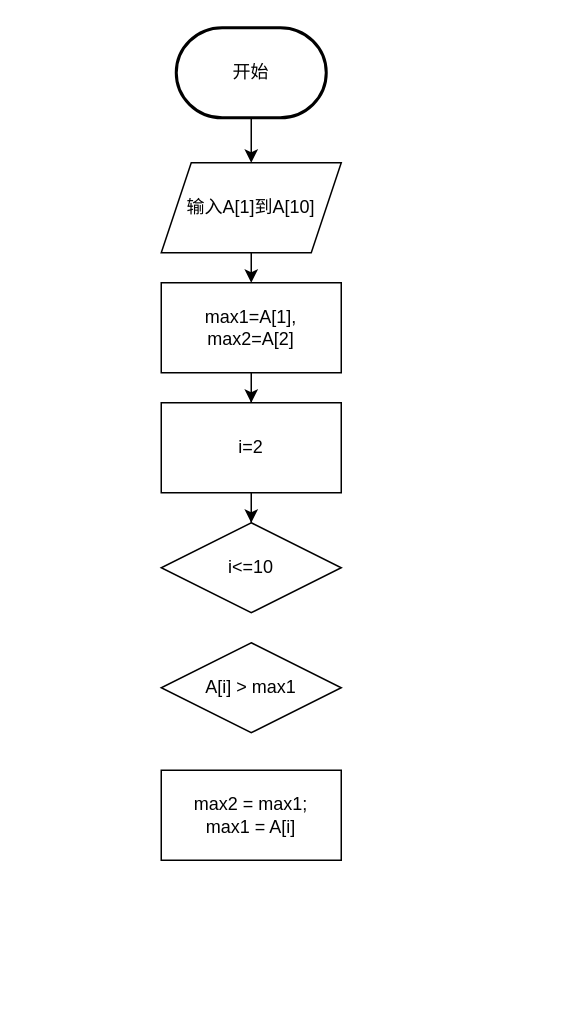
Earlier version of the draw.io diagram Test3.drawio (yxy235/SE). Source tidied: cells renumbered, new cells numbered last; positions are measured from the earlier drawing's top-left corner, leaving out a move shared by most shapes. Both pictures are drawn from the tidied source at 150%, with x=0, y=0 at pixel (160, 27).
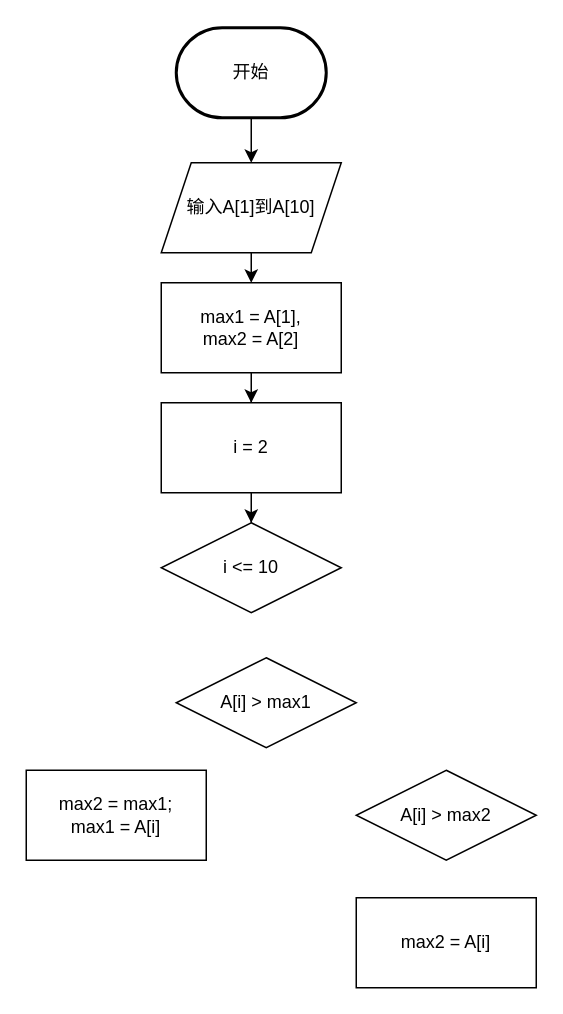
The same diagram, later.

The edit, as a diff of the source:
```diff
@@
 <mxGraphModel>
   <root>
     <mxCell id="0" />
     <mxCell id="1" parent="0" />
     <mxCell id="2" style="edgeStyle=orthogonalEdgeStyle;rounded=0;jettySize=auto;html=1;exitX=0.5;exitY=1;exitDx=0;exitDy=0;exitPerimeter=0;entryX=0.5;entryY=0;entryDx=0;entryDy=0;" parent="1" edge="1" source="3" target="5">
       <mxGeometry relative="1" as="geometry" />
     </mxCell>
     <mxCell id="3" value="开始" style="strokeWidth=2;html=1;shape=mxgraph.flowchart.terminator;whiteSpace=wrap;" parent="1" vertex="1">
       <mxGeometry x="10" width="100" height="60" as="geometry" />
     </mxCell>
     <mxCell id="4" style="edgeStyle=orthogonalEdgeStyle;rounded=0;jettySize=auto;html=1;exitX=0.5;exitY=1;exitDx=0;exitDy=0;entryX=0.5;entryY=0;entryDx=0;entryDy=0;" parent="1" edge="1" source="5" target="7">
       <mxGeometry relative="1" as="geometry" />
     </mxCell>
     <mxCell id="5" value="输入A[1]到A[10]" style="shape=parallelogram;perimeter=parallelogramPerimeter;whiteSpace=wrap;html=1;fixedSize=1;" parent="1" vertex="1">
       <mxGeometry y="90" width="120" height="60" as="geometry" />
     </mxCell>
     <mxCell id="6" style="edgeStyle=orthogonalEdgeStyle;rounded=0;jettySize=auto;html=1;exitX=0.5;exitY=1;exitDx=0;exitDy=0;" parent="1" edge="1" source="7" target="9">
       <mxGeometry relative="1" as="geometry" />
     </mxCell>
-    <mxCell id="7" value="max1=A[1], max2=A[2]" style="rounded=0;whiteSpace=wrap;html=1;" parent="1" vertex="1">
+    <mxCell id="7" value="&lt;div&gt;max1 = A[1], &lt;br&gt;&lt;/div&gt;&lt;div&gt;max2 = A[2]&lt;/div&gt;" style="rounded=0;whiteSpace=wrap;html=1;" parent="1" vertex="1">
       <mxGeometry y="170" width="120" height="60" as="geometry" />
     </mxCell>
     <mxCell id="8" style="edgeStyle=orthogonalEdgeStyle;rounded=0;jettySize=auto;html=1;exitX=0.5;exitY=1;exitDx=0;exitDy=0;" parent="1" edge="1" source="9" target="10">
       <mxGeometry relative="1" as="geometry" />
     </mxCell>
-    <mxCell id="9" value="i=2" style="rounded=0;whiteSpace=wrap;html=1;" parent="1" vertex="1">
+    <mxCell id="9" value="i = 2" style="rounded=0;whiteSpace=wrap;html=1;" parent="1" vertex="1">
       <mxGeometry y="250" width="120" height="60" as="geometry" />
     </mxCell>
-    <mxCell id="10" value="i&amp;lt;=10" style="rhombus;whiteSpace=wrap;html=1;" parent="1" vertex="1">
+    <mxCell id="10" value="i &amp;lt;= 10" style="rhombus;whiteSpace=wrap;html=1;" parent="1" vertex="1">
       <mxGeometry y="330" width="120" height="60" as="geometry" />
     </mxCell>
-    <mxCell id="11" value="A[i] &amp;gt; max1" style="rhombus;whiteSpace=wrap;html=1;" parent="1" vertex="1">
-      <mxGeometry y="410" width="120" height="60" as="geometry" />
+    <mxCell id="11" value="A[i] &amp;gt; max2" style="rhombus;whiteSpace=wrap;html=1;" parent="1" vertex="1">
+      <mxGeometry x="130" y="495" width="120" height="60" as="geometry" />
     </mxCell>
     <mxCell id="12" value="&lt;div&gt;max2 = max1;&lt;/div&gt;&lt;div&gt;max1 = A[i]&lt;br&gt;&lt;/div&gt;" style="rounded=0;whiteSpace=wrap;html=1;" parent="1" vertex="1">
-      <mxGeometry y="495" width="120" height="60" as="geometry" />
+      <mxGeometry x="-90" y="495" width="120" height="60" as="geometry" />
     </mxCell>
+    <mxCell id="13" value="max2 = A[i]" style="rounded=0;whiteSpace=wrap;html=1;" parent="1" vertex="1">
+      <mxGeometry x="130" y="580" width="120" height="60" as="geometry" />
+    </mxCell>
+    <mxCell id="14" value="A[i] &amp;gt; max1" style="rhombus;whiteSpace=wrap;html=1;" parent="1" vertex="1">
+      <mxGeometry x="10" y="420" width="120" height="60" as="geometry" />
+    </mxCell>
   </root>
 </mxGraphModel>
```
